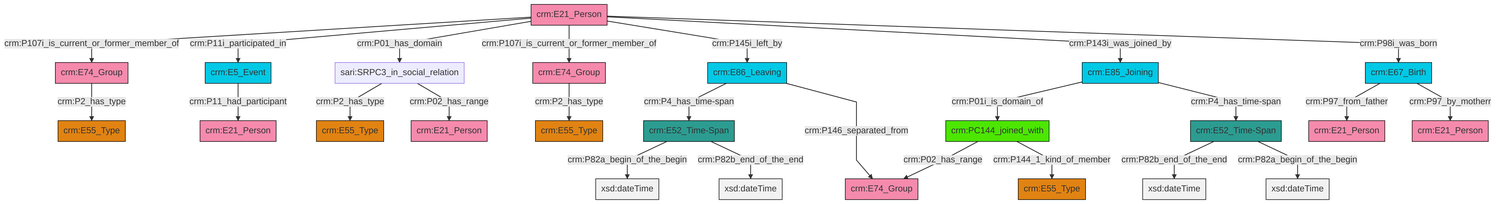
This is et/personCSV/ttl/mmd/png/Person_Actor_Relations.png from swiss-art-research-net/docs.swissartresearch, a Mermaid export, as it was before one commit. Its source is kept beside it as et/personCSV/ttl/mmd/Person_Actor_Relations.ttl.mmd.
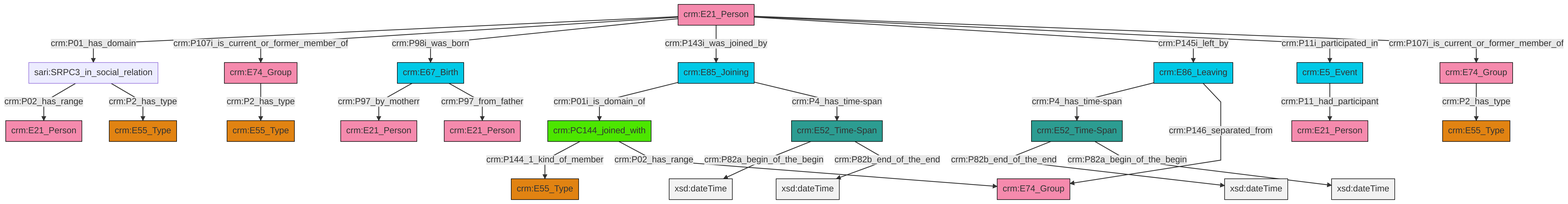
The same file after the commit.

The edit, as a diff of the source:
```diff
@@ -13,27 +13,27 @@
 classDef PC_Classes fill:#4ce600, stroke:#000000;
 classDef Multi fill:#cccccc,stroke:#000000;
 
-6["crm:PC144_joined_with"]:::PC_Classes -->|crm:P02_has_range| 7["crm:E74_Group"]:::Actor
-14["sari:SRPC3_in_social_relation"]:::Default -->|crm:P2_has_type| 15["crm:E55_Type"]:::Type
-18["crm:E21_Person"]:::Actor -->|crm:P107i_is_current_or_former_member_of| 19["crm:E74_Group"]:::Actor
-19["crm:E74_Group"]:::Actor -->|crm:P2_has_type| 4["crm:E55_Type"]:::Type
-2["crm:E67_Birth"]:::Temporal_Entity -->|crm:P97_from_father| 22["crm:E21_Person"]:::Actor
-23["crm:E5_Event"]:::Temporal_Entity -->|crm:P11_had_participant| 24["crm:E21_Person"]:::Actor
-18["crm:E21_Person"]:::Actor -->|crm:P11i_participated_in| 23["crm:E5_Event"]:::Temporal_Entity
-2["crm:E67_Birth"]:::Temporal_Entity -->|crm:P97_by_motherr| 12["crm:E21_Person"]:::Actor
-18["crm:E21_Person"]:::Actor -->|crm:P01_has_domain| 14["sari:SRPC3_in_social_relation"]:::Default
-6["crm:PC144_joined_with"]:::PC_Classes -->|crm:P144_1_kind_of_member| 8["crm:E55_Type"]:::Type
-18["crm:E21_Person"]:::Actor -->|crm:P107i_is_current_or_former_member_of| 10["crm:E74_Group"]:::Actor
-18["crm:E21_Person"]:::Actor -->|crm:P145i_left_by| 32["crm:E86_Leaving"]:::Temporal_Entity
-18["crm:E21_Person"]:::Actor -->|crm:P143i_was_joined_by| 34["crm:E85_Joining"]:::Temporal_Entity
-18["crm:E21_Person"]:::Actor -->|crm:P98i_was_born| 2["crm:E67_Birth"]:::Temporal_Entity
-14["sari:SRPC3_in_social_relation"]:::Default -->|crm:P02_has_range| 30["crm:E21_Person"]:::Actor
-28["crm:E52_Time-Span"]:::Time-Span -->|crm:P82b_end_of_the_end| 41[xsd:dateTime]:::Literal
-25["crm:E52_Time-Span"]:::Time-Span -->|crm:P82a_begin_of_the_begin| 42[xsd:dateTime]:::Literal
-32["crm:E86_Leaving"]:::Temporal_Entity -->|crm:P4_has_time-span| 25["crm:E52_Time-Span"]:::Time-Span
-28["crm:E52_Time-Span"]:::Time-Span -->|crm:P82a_begin_of_the_begin| 43[xsd:dateTime]:::Literal
-25["crm:E52_Time-Span"]:::Time-Span -->|crm:P82b_end_of_the_end| 44[xsd:dateTime]:::Literal
-32["crm:E86_Leaving"]:::Temporal_Entity -->|crm:P146_separated_from| 7["crm:E74_Group"]:::Actor
-34["crm:E85_Joining"]:::Temporal_Entity -->|crm:P01i_is_domain_of| 6["crm:PC144_joined_with"]:::PC_Classes
-10["crm:E74_Group"]:::Actor -->|crm:P2_has_type| 0["crm:E55_Type"]:::Type
-34["crm:E85_Joining"]:::Temporal_Entity -->|crm:P4_has_time-span| 28["crm:E52_Time-Span"]:::Time-Span
+8["crm:E52_Time-Span"]:::Time-Span -->|crm:P82a_begin_of_the_begin| 9[xsd:dateTime]:::Literal
+0["crm:E85_Joining"]:::Temporal_Entity -->|crm:P01i_is_domain_of| 10["crm:PC144_joined_with"]:::PC_Classes
+11["crm:E67_Birth"]:::Temporal_Entity -->|crm:P97_by_motherr| 12["crm:E21_Person"]:::Actor
+11["crm:E67_Birth"]:::Temporal_Entity -->|crm:P97_from_father| 13["crm:E21_Person"]:::Actor
+18["crm:E21_Person"]:::Actor -->|crm:P01_has_domain| 16["sari:SRPC3_in_social_relation"]:::Default
+20["crm:E74_Group"]:::Actor -->|crm:P2_has_type| 21["crm:E55_Type"]:::Type
+18["crm:E21_Person"]:::Actor -->|crm:P107i_is_current_or_former_member_of| 2["crm:E74_Group"]:::Actor
+22["crm:E86_Leaving"]:::Temporal_Entity -->|crm:P4_has_time-span| 23["crm:E52_Time-Span"]:::Time-Span
+8["crm:E52_Time-Span"]:::Time-Span -->|crm:P82b_end_of_the_end| 26[xsd:dateTime]:::Literal
+2["crm:E74_Group"]:::Actor -->|crm:P2_has_type| 4["crm:E55_Type"]:::Type
+23["crm:E52_Time-Span"]:::Time-Span -->|crm:P82b_end_of_the_end| 27[xsd:dateTime]:::Literal
+22["crm:E86_Leaving"]:::Temporal_Entity -->|crm:P146_separated_from| 32["crm:E74_Group"]:::Actor
+10["crm:PC144_joined_with"]:::PC_Classes -->|crm:P144_1_kind_of_member| 35["crm:E55_Type"]:::Type
+16["sari:SRPC3_in_social_relation"]:::Default -->|crm:P02_has_range| 28["crm:E21_Person"]:::Actor
+18["crm:E21_Person"]:::Actor -->|crm:P98i_was_born| 11["crm:E67_Birth"]:::Temporal_Entity
+16["sari:SRPC3_in_social_relation"]:::Default -->|crm:P2_has_type| 14["crm:E55_Type"]:::Type
+23["crm:E52_Time-Span"]:::Time-Span -->|crm:P82a_begin_of_the_begin| 40[xsd:dateTime]:::Literal
+0["crm:E85_Joining"]:::Temporal_Entity -->|crm:P4_has_time-span| 8["crm:E52_Time-Span"]:::Time-Span
+18["crm:E21_Person"]:::Actor -->|crm:P143i_was_joined_by| 0["crm:E85_Joining"]:::Temporal_Entity
+10["crm:PC144_joined_with"]:::PC_Classes -->|crm:P02_has_range| 32["crm:E74_Group"]:::Actor
+18["crm:E21_Person"]:::Actor -->|crm:P145i_left_by| 22["crm:E86_Leaving"]:::Temporal_Entity
+6["crm:E5_Event"]:::Temporal_Entity -->|crm:P11_had_participant| 42["crm:E21_Person"]:::Actor
+18["crm:E21_Person"]:::Actor -->|crm:P11i_participated_in| 6["crm:E5_Event"]:::Temporal_Entity
+18["crm:E21_Person"]:::Actor -->|crm:P107i_is_current_or_former_member_of| 20["crm:E74_Group"]:::Actor
```
